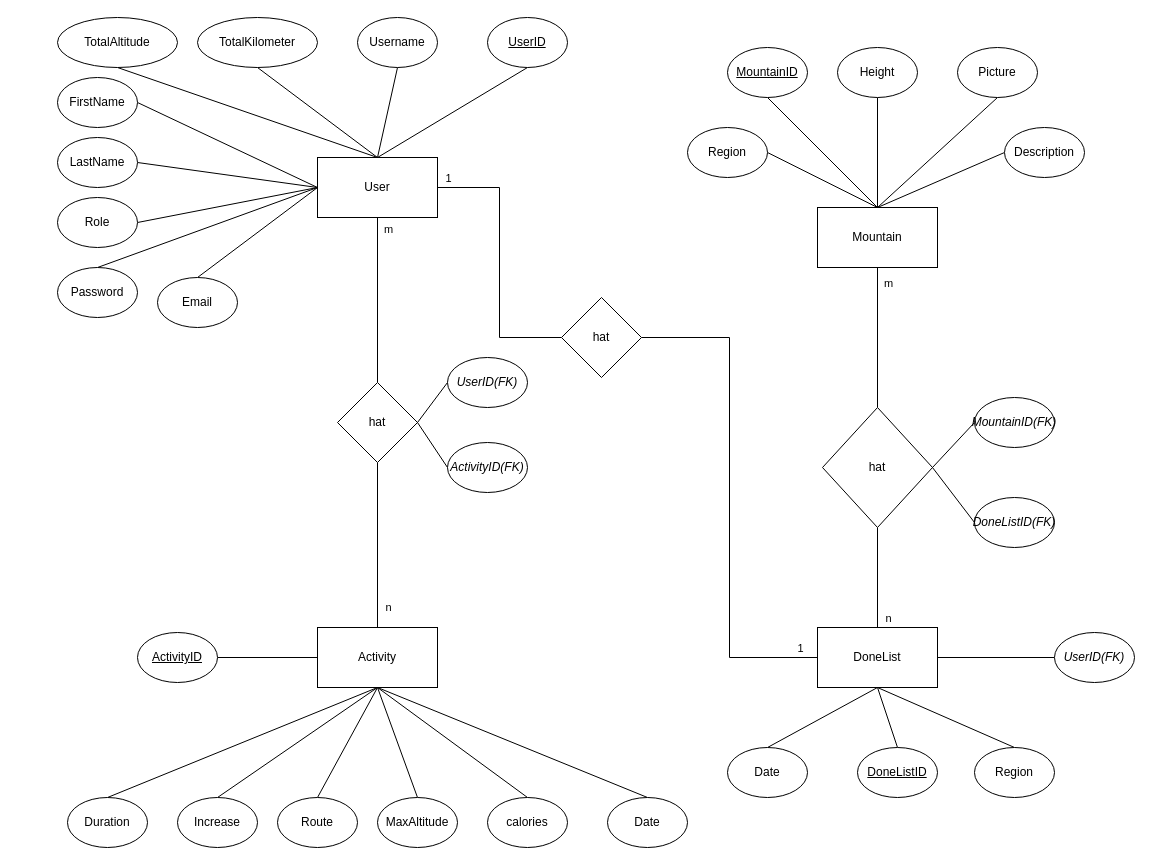
This is doc/Diagramme/ER_Diagramm.drawio from EdgeLordE/HikeMate, a draw.io file, before an edit. Source tidied: cells renumbered, new cells numbered last; positions are measured from the earlier drawing's top-left corner, leaving out a move shared by most shapes. Both pictures are drawn from the tidied source at 100%, with x=0, y=0 at pixel (57, 17).
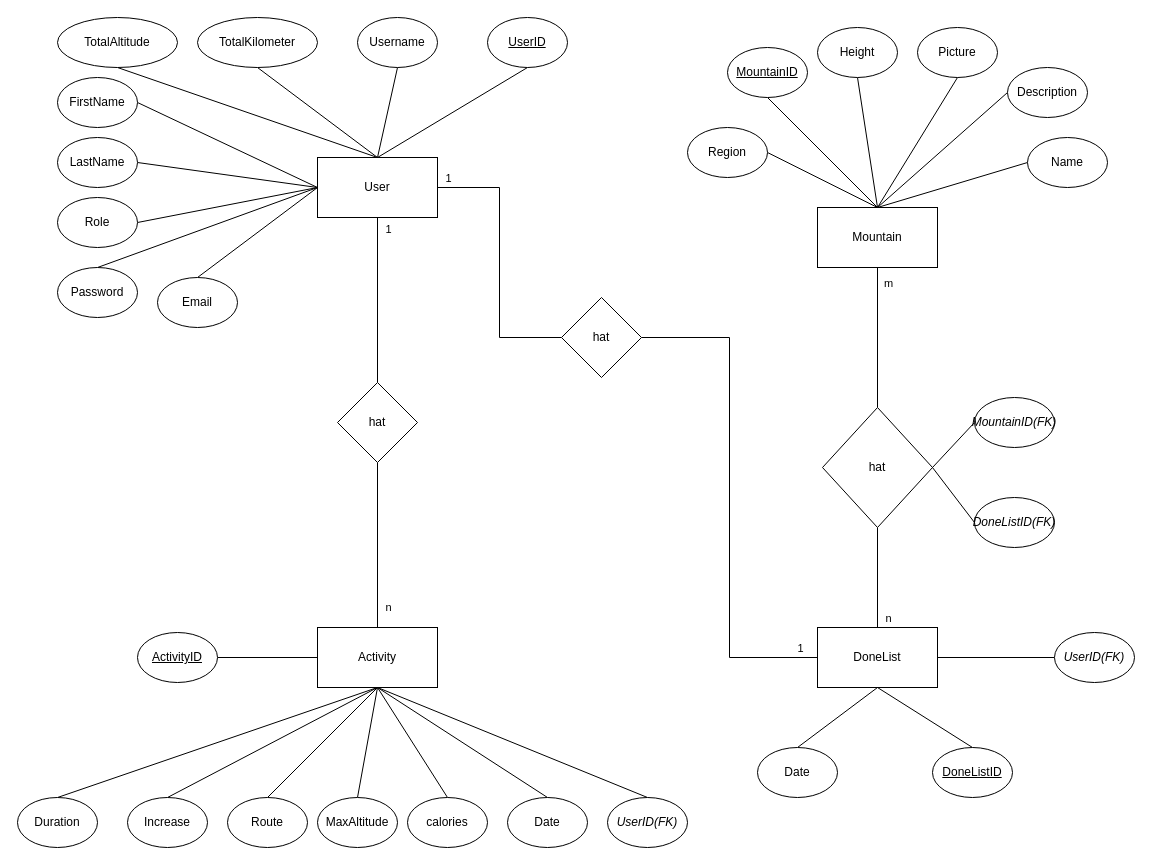
After the change.

The change refers to these unchanged cells:
```xml
<mxCell id="2" style="edgeStyle=orthogonalEdgeStyle;rounded=0;jettySize=auto;html=1;exitX=0.5;exitY=1;exitDx=0;exitDy=0;entryX=0.5;entryY=0;entryDx=0;entryDy=0;endArrow=none;endFill=0;" parent="1" edge="1" source="4" target="72">
  <mxGeometry relative="1" as="geometry" />
</mxCell>
<mxCell id="5" value="Activity" style="rounded=0;whiteSpace=wrap;html=1;" parent="1" vertex="1">
  <mxGeometry x="260" y="610" width="120" height="60" as="geometry" />
</mxCell>
<mxCell id="6" value="Mountain" style="rounded=0;whiteSpace=wrap;html=1;" parent="1" vertex="1">
  <mxGeometry x="760" y="190" width="120" height="60" as="geometry" />
</mxCell>
<mxCell id="9" value="DoneList" style="rounded=0;whiteSpace=wrap;html=1;" parent="1" vertex="1">
  <mxGeometry x="760" y="610" width="120" height="60" as="geometry" />
</mxCell>
<mxCell id="72" value="hat" style="rhombus;whiteSpace=wrap;html=1;" parent="1" vertex="1">
  <mxGeometry x="280" y="365" width="80" height="80" as="geometry" />
</mxCell>
```

Change to the diagram source:
```diff
@@
-    <mxCell id="3" value="m" style="edgeLabel;html=1;align=center;verticalAlign=middle;" parent="2" vertex="1">
+    <mxCell id="3" value="1" style="edgeLabel;html=1;align=center;verticalAlign=middle;" parent="2" vertex="1">
       <mxGeometry x="-0.1" y="3" relative="1" as="geometry">
         <mxPoint x="7" y="-63" as="offset" />
       </mxGeometry>
     </mxCell>
@@
     <mxCell id="31" value="Height" style="ellipse;whiteSpace=wrap;html=1;" parent="1" vertex="1">
-      <mxGeometry x="780" y="30" width="80" height="50" as="geometry" />
+      <mxGeometry x="760" y="10" width="80" height="50" as="geometry" />
     </mxCell>
@@
     <mxCell id="33" value="Picture" style="ellipse;whiteSpace=wrap;html=1;" parent="1" vertex="1">
-      <mxGeometry x="900" y="30" width="80" height="50" as="geometry" />
+      <mxGeometry x="860" y="10" width="80" height="50" as="geometry" />
     </mxCell>
@@
     <mxCell id="37" value="Description" style="ellipse;whiteSpace=wrap;html=1;" parent="1" vertex="1">
-      <mxGeometry x="947" y="110" width="80" height="50" as="geometry" />
+      <mxGeometry x="950" y="50" width="80" height="50" as="geometry" />
     </mxCell>
@@
     <mxCell id="39" value="&lt;u&gt;DoneListID&lt;/u&gt;" style="ellipse;whiteSpace=wrap;html=1;" parent="1" vertex="1">
-      <mxGeometry x="800" y="730" width="80" height="50" as="geometry" />
+      <mxGeometry x="875" y="730" width="80" height="50" as="geometry" />
     </mxCell>
@@
     <mxCell id="41" value="Date" style="ellipse;whiteSpace=wrap;html=1;" parent="1" vertex="1">
-      <mxGeometry x="670" y="730" width="80" height="50" as="geometry" />
+      <mxGeometry x="700" y="730" width="80" height="50" as="geometry" />
     </mxCell>
-    <mxCell id="42" style="edgeStyle=none;rounded=0;jettySize=auto;html=1;exitX=0.5;exitY=0;exitDx=0;exitDy=0;entryX=0.5;entryY=1;entryDx=0;entryDy=0;endArrow=none;endFill=0;" parent="1" edge="1" source="43" target="9">
-      <mxGeometry relative="1" as="geometry" />
-    </mxCell>
-    <mxCell id="43" value="Region" style="ellipse;whiteSpace=wrap;html=1;" parent="1" vertex="1">
-      <mxGeometry x="917" y="730" width="80" height="50" as="geometry" />
-    </mxCell>
@@
     <mxCell id="47" value="MaxAltitude" style="ellipse;whiteSpace=wrap;html=1;" parent="1" vertex="1">
-      <mxGeometry x="320" y="780" width="80" height="50" as="geometry" />
+      <mxGeometry x="260" y="780" width="80" height="50" as="geometry" />
     </mxCell>
@@
     <mxCell id="49" value="Increase" style="ellipse;whiteSpace=wrap;html=1;" parent="1" vertex="1">
-      <mxGeometry x="120" y="780" width="80" height="50" as="geometry" />
+      <mxGeometry x="70" y="780" width="80" height="50" as="geometry" />
     </mxCell>
@@
     <mxCell id="51" value="Duration" style="ellipse;whiteSpace=wrap;html=1;" parent="1" vertex="1">
-      <mxGeometry x="10" y="780" width="80" height="50" as="geometry" />
+      <mxGeometry x="-40" y="780" width="80" height="50" as="geometry" />
     </mxCell>
@@
     <mxCell id="53" value="calories" style="ellipse;whiteSpace=wrap;html=1;" parent="1" vertex="1">
-      <mxGeometry x="430" y="780" width="80" height="50" as="geometry" />
+      <mxGeometry x="350" y="780" width="80" height="50" as="geometry" />
     </mxCell>
@@
     <mxCell id="69" value="Date" style="ellipse;whiteSpace=wrap;html=1;" parent="1" vertex="1">
-      <mxGeometry x="550" y="780" width="80" height="50" as="geometry" />
+      <mxGeometry x="450" y="780" width="80" height="50" as="geometry" />
     </mxCell>
@@
-    <mxCell id="73" style="rounded=0;jettySize=auto;html=1;exitX=0;exitY=0.5;exitDx=0;exitDy=0;entryX=1;entryY=0.5;entryDx=0;entryDy=0;endArrow=none;endFill=0;" parent="1" edge="1" source="74" target="72">
-      <mxGeometry relative="1" as="geometry" />
-    </mxCell>
-    <mxCell id="74" value="&lt;i style=&quot;&quot;&gt;UserID(FK)&lt;/i&gt;" style="ellipse;whiteSpace=wrap;html=1;" parent="1" vertex="1">
-      <mxGeometry x="390" y="340" width="80" height="50" as="geometry" />
-    </mxCell>
-    <mxCell id="75" style="rounded=0;jettySize=auto;html=1;exitX=0;exitY=0.5;exitDx=0;exitDy=0;entryX=1;entryY=0.5;entryDx=0;entryDy=0;endArrow=none;endFill=0;" parent="1" edge="1" source="76" target="72">
-      <mxGeometry relative="1" as="geometry" />
-    </mxCell>
-    <mxCell id="76" value="&lt;i style=&quot;&quot;&gt;ActivityID(FK)&lt;/i&gt;" style="ellipse;whiteSpace=wrap;html=1;" parent="1" vertex="1">
-      <mxGeometry x="390" y="425" width="80" height="50" as="geometry" />
-    </mxCell>
@@
     <mxCell id="78" value="Route" style="ellipse;whiteSpace=wrap;html=1;" parent="1" vertex="1">
-      <mxGeometry x="220" y="780" width="80" height="50" as="geometry" />
+      <mxGeometry x="170" y="780" width="80" height="50" as="geometry" />
     </mxCell>
+    <mxCell id="79" style="rounded=0;jettySize=auto;html=1;exitX=0;exitY=0.5;exitDx=0;exitDy=0;entryX=0.5;entryY=0;entryDx=0;entryDy=0;endArrow=none;endFill=0;" parent="1" edge="1" source="80" target="6">
+      <mxGeometry relative="1" as="geometry" />
+    </mxCell>
+    <mxCell id="80" value="Name" style="ellipse;whiteSpace=wrap;html=1;" parent="1" vertex="1">
+      <mxGeometry x="970" y="120" width="80" height="50" as="geometry" />
+    </mxCell>
+    <mxCell id="81" style="rounded=0;jettySize=auto;html=1;exitX=0.5;exitY=0;exitDx=0;exitDy=0;entryX=0.5;entryY=1;entryDx=0;entryDy=0;endArrow=none;endFill=0;" parent="1" edge="1" source="74" target="5">
+      <mxGeometry relative="1" as="geometry" />
+    </mxCell>
+    <mxCell id="74" value="&lt;i&gt;UserID(FK)&lt;/i&gt;" style="ellipse;whiteSpace=wrap;html=1;" parent="1" vertex="1">
+      <mxGeometry x="550" y="780" width="80" height="50" as="geometry" />
+    </mxCell>
```
